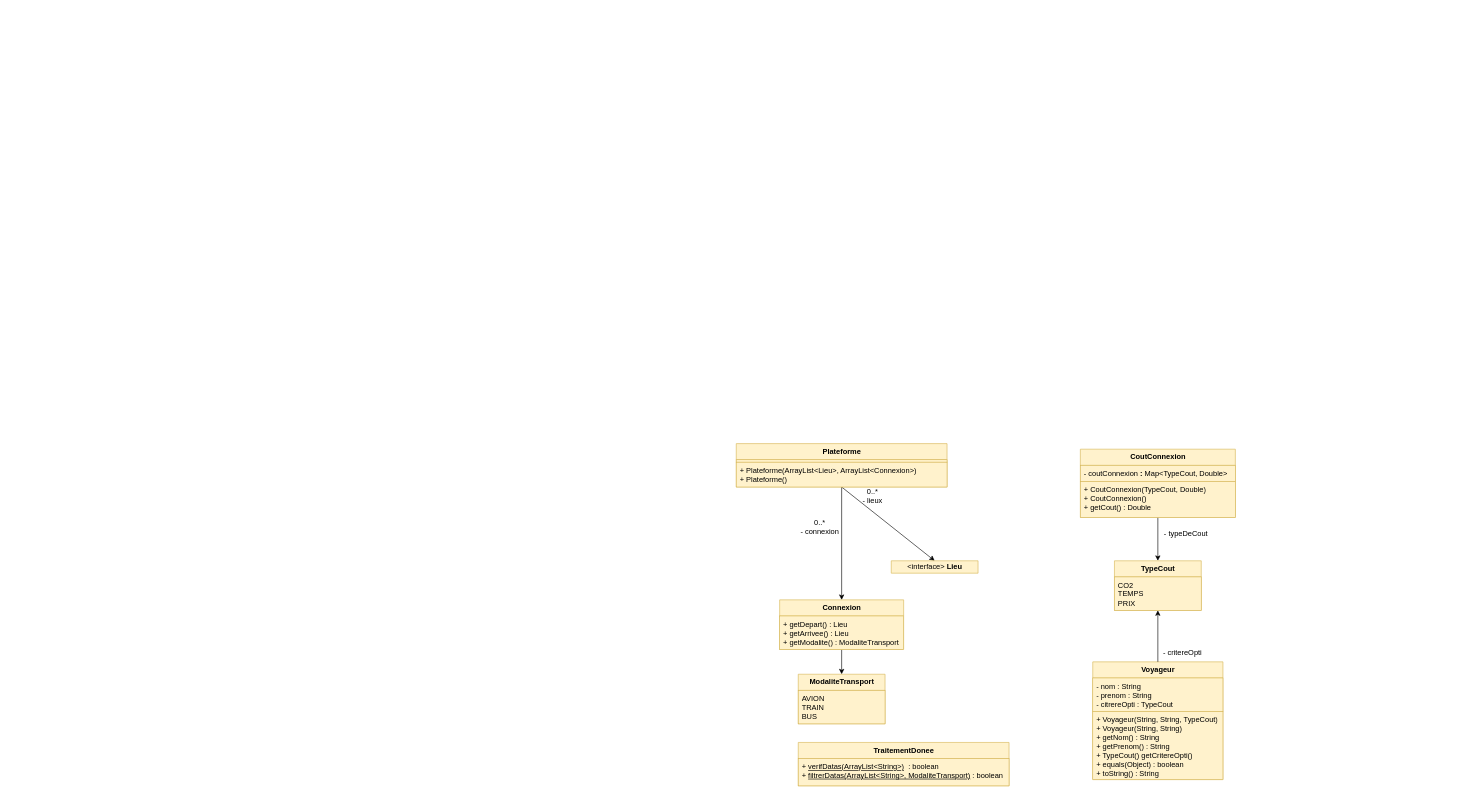
Earlier version of the draw.io diagram rapport/uml.drawio (Nelioo7/GPS3000). Source tidied: cells renumbered, new cells numbered last; positions are measured from the earlier drawing's top-left corner, leaving out a move shared by most shapes. Both pictures are drawn from the tidied source at 62%, with x=0, y=0 at pixel (736, 443).
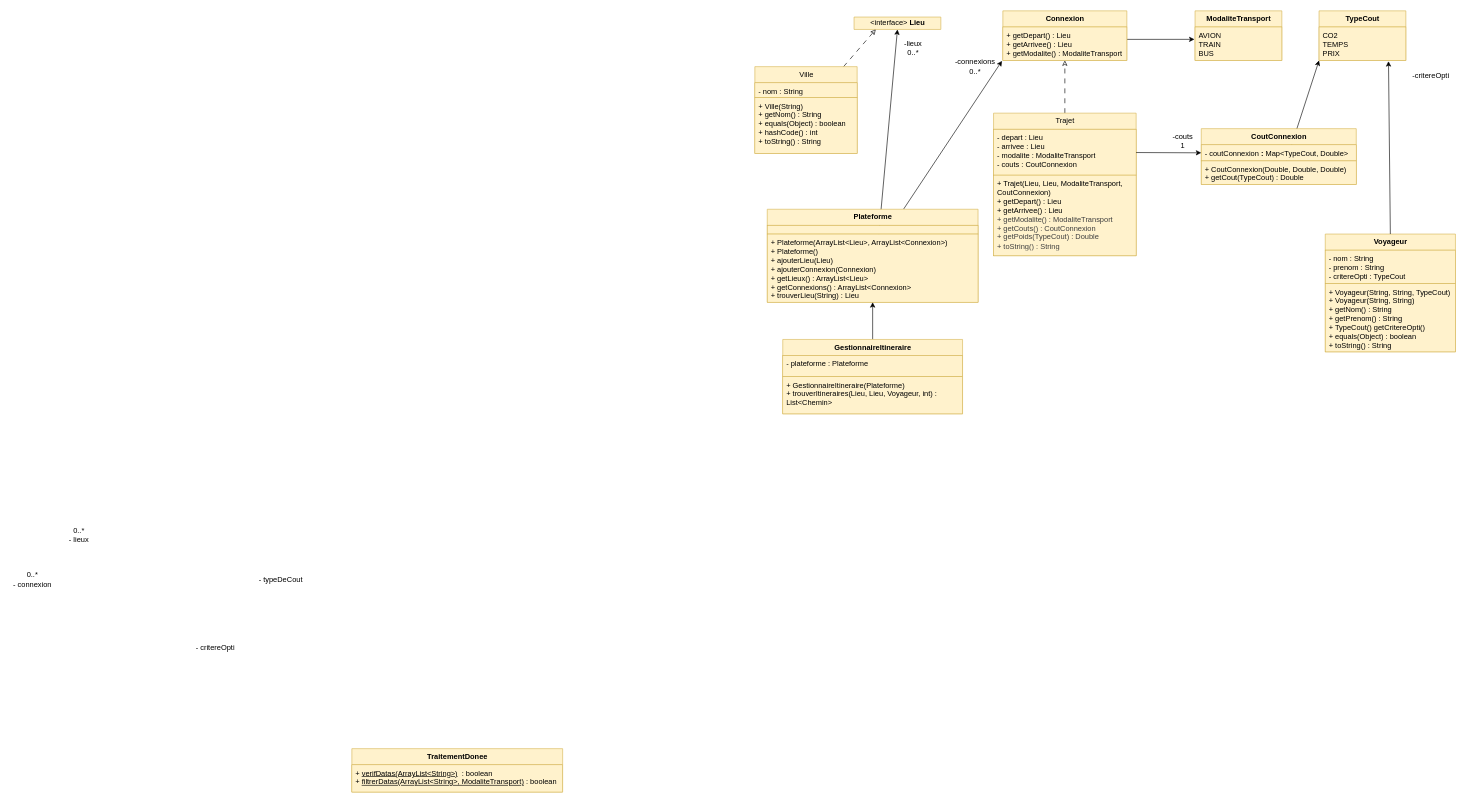
The same diagram, later.

Commit message:
Modifications majeur Diagramme uml-POO

The change refers to these unchanged cells:
```xml
<mxCell id="4" value="&lt;span&gt;&lt;font style=&quot;color: rgb(0, 0, 0);&quot;&gt;+ getDepart() : Lieu&lt;/font&gt;&lt;/span&gt;&lt;div style=&quot;scrollbar-color: rgb(226, 226, 226) rgb(251, 251, 251); color: rgb(63, 63, 63);&quot;&gt;&lt;font style=&quot;color: rgb(0, 0, 0);&quot;&gt;+ getArrivee() : Lieu&lt;/font&gt;&lt;/div&gt;&lt;div style=&quot;scrollbar-color: rgb(226, 226, 226) rgb(251, 251, 251); color: rgb(63, 63, 63);&quot;&gt;&lt;font style=&quot;color: rgb(0, 0, 0);&quot;&gt;+ getModalite() : ModaliteTransport&lt;/font&gt;&lt;/div&gt;" style="text;strokeColor=#d6b656;fillColor=#fff2cc;align=left;verticalAlign=top;spacingLeft=4;spacingRight=4;overflow=hidden;points=[[0,0.5],[1,0.5]];portConstraint=eastwest;whiteSpace=wrap;html=1;rounded=0;arcSize=7;" parent="3" vertex="1">
  <mxGeometry y="26" width="200" height="54" as="geometry" />
</mxCell>
<mxCell id="7" value="- coutConnexion &lt;b&gt;:&lt;/b&gt;&amp;nbsp;Map&amp;lt;TypeCout, Double&amp;gt;" style="text;strokeColor=#d6b656;fillColor=#fff2cc;align=left;verticalAlign=top;spacingLeft=4;spacingRight=4;overflow=hidden;points=[[0,0.5],[1,0.5]];portConstraint=eastwest;whiteSpace=wrap;html=1;rounded=0;arcSize=7;" parent="6" vertex="1">
  <mxGeometry y="26" width="250" height="26" as="geometry" />
</mxCell>
<mxCell id="10" value="CO2&lt;br&gt;TEMPS&lt;br&gt;PRIX" style="text;strokeColor=#d6b656;fillColor=#fff2cc;align=left;verticalAlign=top;spacingLeft=4;spacingRight=4;overflow=hidden;points=[[0,0.5],[1,0.5]];portConstraint=eastwest;whiteSpace=wrap;html=1;rounded=0;arcSize=7;" parent="9" vertex="1">
  <mxGeometry y="26" width="140" height="54" as="geometry" />
</mxCell>
<mxCell id="14" value="&lt;font style=&quot;color: rgb(0, 0, 0);&quot;&gt;AVION&lt;/font&gt;&lt;div&gt;&lt;font style=&quot;color: rgb(0, 0, 0);&quot;&gt;TRAIN&lt;/font&gt;&lt;/div&gt;&lt;div&gt;&lt;font style=&quot;color: rgb(0, 0, 0);&quot;&gt;BUS&lt;/font&gt;&lt;/div&gt;" style="text;strokeColor=#d6b656;fillColor=#fff2cc;align=left;verticalAlign=top;spacingLeft=4;spacingRight=4;overflow=hidden;points=[[0,0.5],[1,0.5]];portConstraint=eastwest;whiteSpace=wrap;html=1;rounded=0;arcSize=7;" parent="13" vertex="1">
  <mxGeometry y="26" width="140" height="54" as="geometry" />
</mxCell>
```

Diff of the diagram source:
```diff
@@
-    <mxCell id="2" style="edgeStyle=none;html=1;exitX=0.5;exitY=1;exitDx=0;exitDy=0;entryX=0.5;entryY=0;entryDx=0;entryDy=0;" parent="1" edge="1" source="3" target="13">
+    <mxCell id="2" style="edgeStyle=none;html=1;exitX=1.001;exitY=0.371;exitDx=0;exitDy=0;exitPerimeter=0;entryX=-0.007;entryY=0.37;entryDx=0;entryDy=0;entryPerimeter=0;" parent="1" edge="1" source="4" target="14">
       <mxGeometry relative="1" as="geometry" />
     </mxCell>
     <mxCell id="3" value="&lt;b&gt;Connexion&lt;/b&gt;" style="swimlane;fontStyle=0;horizontal=1;startSize=26;fillColor=#fff2cc;html=1;rounded=0;arcSize=7;strokeColor=#d6b656;" parent="1" vertex="1">
-      <mxGeometry x="70" y="252" width="200" height="80" as="geometry" />
+      <mxGeometry x="430" y="-698" width="200" height="80" as="geometry" />
     </mxCell>
@@
-    <mxCell id="5" style="edgeStyle=none;html=1;exitX=0.5;exitY=1;exitDx=0;exitDy=0;entryX=0.5;entryY=0;entryDx=0;entryDy=0;" parent="1" edge="1" source="6" target="9">
+    <mxCell id="5" style="edgeStyle=none;html=1;exitX=0.5;exitY=1;exitDx=0;exitDy=0;entryX=0;entryY=1;entryDx=0;entryDy=0;" parent="1" edge="1" source="6" target="9">
       <mxGeometry relative="1" as="geometry" />
     </mxCell>
     <mxCell id="6" value="&lt;b&gt;CoutConnexion&lt;/b&gt;" style="swimlane;fontStyle=0;horizontal=1;startSize=26;fillColor=#fff2cc;html=1;rounded=0;arcSize=7;strokeColor=#d6b656;" parent="1" vertex="1">
-      <mxGeometry x="555" y="9" width="250" height="110" as="geometry" />
+      <mxGeometry x="750" y="-508" width="250" height="90" as="geometry" />
     </mxCell>
@@
-    <mxCell id="8" value="&lt;font style=&quot;color: rgb(0, 0, 0);&quot;&gt;+ CoutConnexion(TypeCout, Double)&lt;/font&gt;&lt;div&gt;&lt;font style=&quot;color: rgb(0, 0, 0);&quot;&gt;+ CoutConnexion()&lt;/font&gt;&lt;/div&gt;&lt;div&gt;&lt;font style=&quot;color: rgb(0, 0, 0);&quot;&gt;+ getCout() : Double&lt;/font&gt;&lt;/div&gt;" style="text;strokeColor=#d6b656;fillColor=#fff2cc;align=left;verticalAlign=top;spacingLeft=4;spacingRight=4;overflow=hidden;whiteSpace=wrap;html=1;rounded=0;arcSize=7;" parent="6" vertex="1">
-      <mxGeometry y="52" width="250" height="58" as="geometry" />
+    <mxCell id="8" value="&lt;div&gt;&lt;font style=&quot;color: rgb(0, 0, 0);&quot;&gt;+ CoutConnexion(Double, Double, Double)&lt;/font&gt;&lt;/div&gt;&lt;div&gt;&lt;font style=&quot;color: rgb(0, 0, 0);&quot;&gt;+ getCout(TypeCout) : Double&lt;/font&gt;&lt;/div&gt;" style="text;strokeColor=#d6b656;fillColor=#fff2cc;align=left;verticalAlign=top;spacingLeft=4;spacingRight=4;overflow=hidden;whiteSpace=wrap;html=1;rounded=0;arcSize=7;" parent="6" vertex="1">
+      <mxGeometry y="52" width="250" height="38" as="geometry" />
     </mxCell>
     <mxCell id="9" value="&lt;b&gt;TypeCout&lt;/b&gt;" style="swimlane;fontStyle=0;horizontal=1;startSize=26;fillColor=#fff2cc;html=1;rounded=0;arcSize=7;strokeColor=#d6b656;" parent="1" vertex="1">
-      <mxGeometry x="610" y="189" width="140" height="80" as="geometry" />
+      <mxGeometry x="940" y="-698" width="140" height="80" as="geometry" />
     </mxCell>
@@
     <mxCell id="11" value="&lt;b&gt;TraitementDonee&lt;/b&gt;" style="swimlane;fontStyle=0;horizontal=1;startSize=26;fillColor=#fff2cc;html=1;rounded=0;arcSize=7;strokeColor=#d6b656;" parent="1" vertex="1">
-      <mxGeometry x="100" y="482" width="340" height="70" as="geometry" />
+      <mxGeometry x="-620" y="492" width="340" height="70" as="geometry" />
     </mxCell>
@@
     <mxCell id="13" value="&lt;b&gt;ModaliteTransport&lt;/b&gt;" style="swimlane;fontStyle=0;horizontal=1;startSize=26;fillColor=#fff2cc;html=1;rounded=0;arcSize=7;strokeColor=#d6b656;" parent="1" vertex="1">
-      <mxGeometry x="100" y="372" width="140" height="80" as="geometry" />
+      <mxGeometry x="740" y="-698" width="140" height="80" as="geometry" />
     </mxCell>
@@
     <mxCell id="15" value="&lt;b&gt;Voyageur&lt;/b&gt;" style="swimlane;fontStyle=0;horizontal=1;startSize=26;fillColor=#fff2cc;html=1;rounded=0;arcSize=7;strokeColor=#d6b656;" parent="1" vertex="1">
-      <mxGeometry x="575" y="352" width="210" height="190" as="geometry" />
+      <mxGeometry x="950" y="-338" width="210" height="190" as="geometry" />
     </mxCell>
-    <mxCell id="16" value="- nom : String&lt;br&gt;- prenom : String&lt;br&gt;- citrereOpti : TypeCout" style="text;strokeColor=#d6b656;fillColor=#fff2cc;align=left;verticalAlign=top;spacingLeft=4;spacingRight=4;overflow=hidden;whiteSpace=wrap;html=1;rounded=0;arcSize=7;" parent="15" vertex="1">
+    <mxCell id="16" value="- nom : String&lt;br&gt;- prenom : String&lt;br&gt;- critereOpti : TypeCout" style="text;strokeColor=#d6b656;fillColor=#fff2cc;align=left;verticalAlign=top;spacingLeft=4;spacingRight=4;overflow=hidden;whiteSpace=wrap;html=1;rounded=0;arcSize=7;" parent="15" vertex="1">
       <mxGeometry y="26" width="210" height="54" as="geometry" />
     </mxCell>
@@
-    <mxCell id="18" style="edgeStyle=none;html=1;exitX=0.5;exitY=1;exitDx=0;exitDy=0;entryX=0.5;entryY=0;entryDx=0;entryDy=0;" parent="1" edge="1" source="20" target="23">
+    <mxCell id="18" style="edgeStyle=none;html=1;exitX=0.5;exitY=1;exitDx=0;exitDy=0;entryX=0.5;entryY=1;entryDx=0;entryDy=0;endFill=1;" parent="1" edge="1" source="20" target="23">
       <mxGeometry relative="1" as="geometry" />
     </mxCell>
-    <mxCell id="19" style="edgeStyle=none;html=1;exitX=0.5;exitY=1;exitDx=0;exitDy=0;entryX=0.5;entryY=0;entryDx=0;entryDy=0;" parent="1" edge="1" source="20" target="3">
-      <mxGeometry relative="1" as="geometry" />
-    </mxCell>
+    <mxCell id="29" style="edgeStyle=none;html=1;entryX=-0.007;entryY=1.013;entryDx=0;entryDy=0;entryPerimeter=0;" parent="1" edge="1" source="20" target="4">
+      <mxGeometry relative="1" as="geometry" />
+    </mxCell>
     <mxCell id="20" value="&lt;b&gt;Plateforme&lt;/b&gt;" style="swimlane;fontStyle=0;horizontal=1;startSize=26;fillColor=#fff2cc;html=1;rounded=0;arcSize=7;strokeColor=#d6b656;" parent="1" vertex="1">
-      <mxGeometry width="340" height="70" as="geometry" />
+      <mxGeometry x="50" y="-378" width="340" height="150" as="geometry" />
     </mxCell>
     <mxCell id="21" style="text;strokeColor=#d6b656;fillColor=#fff2cc;align=left;verticalAlign=top;spacingLeft=4;spacingRight=4;overflow=hidden;whiteSpace=wrap;html=1;rounded=0;arcSize=7;" parent="20" vertex="1">
-      <mxGeometry y="26" width="340" height="4" as="geometry" />
+      <mxGeometry y="26" width="340" height="14" as="geometry" />
     </mxCell>
-    <mxCell id="22" value="+ Plateforme(ArrayList&amp;lt;Lieu&amp;gt;, ArrayList&amp;lt;Connexion&amp;gt;)&lt;br&gt;+ Plateforme()" style="text;strokeColor=#d6b656;fillColor=#fff2cc;align=left;verticalAlign=top;spacingLeft=4;spacingRight=4;overflow=hidden;points=[[0,0.5],[1,0.5]];portConstraint=eastwest;whiteSpace=wrap;html=1;rounded=0;arcSize=7;" parent="20" vertex="1">
-      <mxGeometry y="30" width="340" height="40" as="geometry" />
+    <mxCell id="22" value="+ Plateforme(ArrayList&amp;lt;Lieu&amp;gt;, ArrayList&amp;lt;Connexion&amp;gt;)&lt;br&gt;+ Plateforme()&lt;div&gt;+ ajouterLieu(Lieu)&lt;/div&gt;&lt;div&gt;+ ajouterConnexion(Connexion)&lt;/div&gt;&lt;div&gt;+ getLieux() : ArrayList&amp;lt;Lieu&amp;gt;&lt;/div&gt;&lt;div&gt;+ getConnexions() : ArrayList&amp;lt;Connexion&amp;gt;&lt;/div&gt;&lt;div&gt;+ trouverLieu(String) : Lieu&lt;/div&gt;" style="text;strokeColor=#d6b656;fillColor=#fff2cc;align=left;verticalAlign=top;spacingLeft=4;spacingRight=4;overflow=hidden;points=[[0,0.5],[1,0.5]];portConstraint=eastwest;whiteSpace=wrap;html=1;rounded=0;arcSize=7;" parent="20" vertex="1">
+      <mxGeometry y="40" width="340" height="110" as="geometry" />
     </mxCell>
+    <mxCell id="30" style="edgeStyle=none;html=1;exitX=0.5;exitY=1;exitDx=0;exitDy=0;" parent="20" edge="1" source="20" target="22">
+      <mxGeometry relative="1" as="geometry" />
+    </mxCell>
     <mxCell id="23" value="&amp;lt;interface&amp;gt; &lt;b&gt;Lieu&lt;/b&gt;" style="swimlane;fontStyle=0;horizontal=1;startSize=20;fillColor=#fff2cc;html=1;rounded=0;arcSize=7;strokeColor=#d6b656;" parent="1" vertex="1">
-      <mxGeometry x="250" y="189" width="140" height="20" as="geometry" />
+      <mxGeometry x="190" y="-688" width="140" height="20" as="geometry" />
     </mxCell>
-    <mxCell id="24" style="edgeStyle=none;html=1;exitX=0.5;exitY=0;exitDx=0;exitDy=0;entryX=0.5;entryY=1;entryDx=0;entryDy=0;" parent="1" edge="1" source="15" target="9">
+    <mxCell id="24" style="edgeStyle=none;html=1;exitX=0.5;exitY=0;exitDx=0;exitDy=0;entryX=0.8;entryY=1.023;entryDx=0;entryDy=0;entryPerimeter=0;" parent="1" edge="1" source="15" target="10">
       <mxGeometry relative="1" as="geometry" />
     </mxCell>
     <mxCell id="25" value="- critereOpti" style="text;html=1;align=center;verticalAlign=middle;whiteSpace=wrap;rounded=0;" parent="1" vertex="1">
-      <mxGeometry x="680" y="322" width="80" height="30" as="geometry" />
+      <mxGeometry x="-880" y="314" width="80" height="30" as="geometry" />
     </mxCell>
     <mxCell id="26" value="0..*&lt;br&gt;- lieux" style="text;html=1;align=center;verticalAlign=middle;whiteSpace=wrap;rounded=0;" parent="1" vertex="1">
-      <mxGeometry x="190" y="70" width="60" height="30" as="geometry" />
+      <mxGeometry x="-1090" y="132" width="60" height="30" as="geometry" />
     </mxCell>
     <mxCell id="27" value="0..*&lt;br&gt;- connexion" style="text;html=1;align=center;verticalAlign=middle;whiteSpace=wrap;rounded=0;" parent="1" vertex="1">
-      <mxGeometry x="100" y="119" width="70" height="30" as="geometry" />
+      <mxGeometry x="-1170" y="204" width="70" height="30" as="geometry" />
     </mxCell>
     <mxCell id="28" value="- typeDeCout" style="text;html=1;align=center;verticalAlign=middle;strokeColor=none;fillColor=none;" parent="1" vertex="1">
-      <mxGeometry x="680" y="130" width="90" height="30" as="geometry" />
+      <mxGeometry x="-780" y="204" width="90" height="30" as="geometry" />
     </mxCell>
+    <mxCell id="31" style="edgeStyle=none;html=1;dashed=1;endFill=0;entryX=0.25;entryY=1;entryDx=0;entryDy=0;dashPattern=8 8;" parent="1" edge="1" source="32" target="23">
+      <mxGeometry relative="1" as="geometry" />
+    </mxCell>
+    <mxCell id="32" value="Ville" style="swimlane;fontStyle=0;horizontal=1;startSize=26;fillColor=#fff2cc;html=1;rounded=0;arcSize=7;strokeColor=#d6b656;" parent="1" vertex="1">
+      <mxGeometry x="30" y="-608" width="165" height="140" as="geometry" />
+    </mxCell>
+    <mxCell id="33" value="- nom : String" style="text;strokeColor=#d6b656;fillColor=#fff2cc;align=left;verticalAlign=top;spacingLeft=4;spacingRight=4;overflow=hidden;whiteSpace=wrap;html=1;rounded=0;arcSize=7;" parent="32" vertex="1">
+      <mxGeometry y="26" width="165" height="24" as="geometry" />
+    </mxCell>
+    <mxCell id="34" value="&lt;div&gt;+ Ville(String)&lt;/div&gt;+ getNom() : String&lt;br&gt;+ equals(Object) : boolean&lt;div&gt;+ hashCode() : int&lt;/div&gt;&lt;div&gt;+ toString() : String&lt;/div&gt;" style="text;strokeColor=#d6b656;fillColor=#fff2cc;align=left;verticalAlign=top;spacingLeft=4;spacingRight=4;overflow=hidden;whiteSpace=wrap;html=1;rounded=0;arcSize=7;" parent="32" vertex="1">
+      <mxGeometry y="50" width="165" height="90" as="geometry" />
+    </mxCell>
+    <mxCell id="35" style="edgeStyle=none;html=1;dashed=1;endFill=0;dashPattern=8 8;" parent="1" edge="1" source="36" target="4">
+      <mxGeometry relative="1" as="geometry" />
+    </mxCell>
+    <mxCell id="36" value="Trajet" style="swimlane;fontStyle=0;horizontal=1;startSize=26;fillColor=#fff2cc;html=1;rounded=0;arcSize=7;strokeColor=#d6b656;" parent="1" vertex="1">
+      <mxGeometry x="415" y="-533" width="230" height="230" as="geometry" />
+    </mxCell>
+    <mxCell id="37" value="- depart : Lieu&lt;div&gt;- arrivee : Lieu&lt;/div&gt;&lt;div&gt;- modalite : ModaliteTransport&lt;/div&gt;&lt;div&gt;- couts : CoutConnexion&lt;/div&gt;" style="text;strokeColor=#d6b656;fillColor=#fff2cc;align=left;verticalAlign=top;spacingLeft=4;spacingRight=4;overflow=hidden;points=[[0,0.5],[1,0.5]];portConstraint=eastwest;whiteSpace=wrap;html=1;rounded=0;arcSize=7;" parent="36" vertex="1">
+      <mxGeometry y="26" width="230" height="74" as="geometry" />
+    </mxCell>
+    <mxCell id="38" value="+ Trajet(Lieu, Lieu, ModaliteTransport, CoutConnexion)&lt;br&gt;&lt;div&gt;+ getDepart() : Lieu&lt;/div&gt;&lt;div&gt;&lt;span style=&quot;background-color: transparent;&quot;&gt;+ getArrivee() : Lieu&lt;/span&gt;&lt;/div&gt;&lt;div&gt;&lt;span style=&quot;color: rgb(63, 63, 63); background-color: transparent;&quot;&gt;+ getModalite() : ModaliteTransport&lt;/span&gt;&lt;/div&gt;&lt;div&gt;&lt;span style=&quot;color: rgb(63, 63, 63); background-color: transparent;&quot;&gt;+ getCouts() : CoutConnexion&lt;/span&gt;&lt;/div&gt;&lt;div&gt;&lt;span style=&quot;color: rgb(63, 63, 63); background-color: transparent;&quot;&gt;+ getPoids(TypeCout) : Double&lt;/span&gt;&lt;/div&gt;&lt;div&gt;&lt;span style=&quot;color: rgb(63, 63, 63); background-color: transparent;&quot;&gt;+ toString() : String&lt;/span&gt;&lt;/div&gt;" style="text;strokeColor=#d6b656;fillColor=#fff2cc;align=left;verticalAlign=top;spacingLeft=4;spacingRight=4;overflow=hidden;whiteSpace=wrap;html=1;rounded=0;arcSize=7;" parent="36" vertex="1">
+      <mxGeometry y="100" width="230" height="130" as="geometry" />
+    </mxCell>
+    <mxCell id="39" style="edgeStyle=none;html=1;entryX=0.5;entryY=1;entryDx=0;entryDy=0;" parent="1" edge="1" source="40" target="20">
+      <mxGeometry relative="1" as="geometry" />
+    </mxCell>
+    <mxCell id="40" value="&lt;b&gt;GestionnaireItineraire&lt;/b&gt;" style="swimlane;fontStyle=0;horizontal=1;startSize=26;fillColor=#fff2cc;html=1;rounded=0;arcSize=7;strokeColor=#d6b656;" parent="1" vertex="1">
+      <mxGeometry x="75" y="-168" width="290" height="120" as="geometry" />
+    </mxCell>
+    <mxCell id="41" value="- plateforme : Plateforme" style="text;strokeColor=#d6b656;fillColor=#fff2cc;align=left;verticalAlign=top;spacingLeft=4;spacingRight=4;overflow=hidden;whiteSpace=wrap;html=1;rounded=0;arcSize=7;" parent="40" vertex="1">
+      <mxGeometry y="26" width="290" height="34" as="geometry" />
+    </mxCell>
+    <mxCell id="42" value="+ GestionnaireItineraire(Plateforme)&lt;div&gt;+ trouverItineraires(Lieu, Lieu, Voyageur, int) : List&amp;lt;Chemin&amp;gt;&lt;/div&gt;" style="text;strokeColor=#d6b656;fillColor=#fff2cc;align=left;verticalAlign=top;spacingLeft=4;spacingRight=4;overflow=hidden;points=[[0,0.5],[1,0.5]];portConstraint=eastwest;whiteSpace=wrap;html=1;rounded=0;arcSize=7;" parent="40" vertex="1">
+      <mxGeometry y="60" width="290" height="60" as="geometry" />
+    </mxCell>
+    <mxCell id="43" style="edgeStyle=none;html=1;exitX=0.5;exitY=1;exitDx=0;exitDy=0;" parent="40" edge="1" source="40" target="42">
+      <mxGeometry relative="1" as="geometry" />
+    </mxCell>
+    <mxCell id="44" style="edgeStyle=none;html=1;entryX=0;entryY=0.5;entryDx=0;entryDy=0;" parent="1" edge="1" source="37" target="7">
+      <mxGeometry relative="1" as="geometry" />
+    </mxCell>
+    <mxCell id="45" value="-lieux&lt;div&gt;0..*&lt;/div&gt;" style="text;html=1;align=center;verticalAlign=middle;strokeColor=none;fillColor=none;" parent="1" vertex="1">
+      <mxGeometry x="260" y="-658" width="50" height="40" as="geometry" />
+    </mxCell>
+    <mxCell id="46" value="-connexions&lt;div&gt;0..*&lt;/div&gt;" style="text;html=1;align=center;verticalAlign=middle;strokeColor=none;fillColor=none;" parent="1" vertex="1">
+      <mxGeometry x="340" y="-628" width="90" height="40" as="geometry" />
+    </mxCell>
+    <mxCell id="47" value="-couts&lt;div&gt;1&lt;/div&gt;" style="text;html=1;align=center;verticalAlign=middle;strokeColor=none;fillColor=none;" parent="1" vertex="1">
+      <mxGeometry x="690" y="-508" width="60" height="40" as="geometry" />
+    </mxCell>
+    <mxCell id="48" value="-critereOpti" style="text;html=1;align=center;verticalAlign=middle;strokeColor=none;fillColor=none;" parent="1" vertex="1">
+      <mxGeometry x="1080" y="-608" width="80" height="30" as="geometry" />
+    </mxCell>
```
